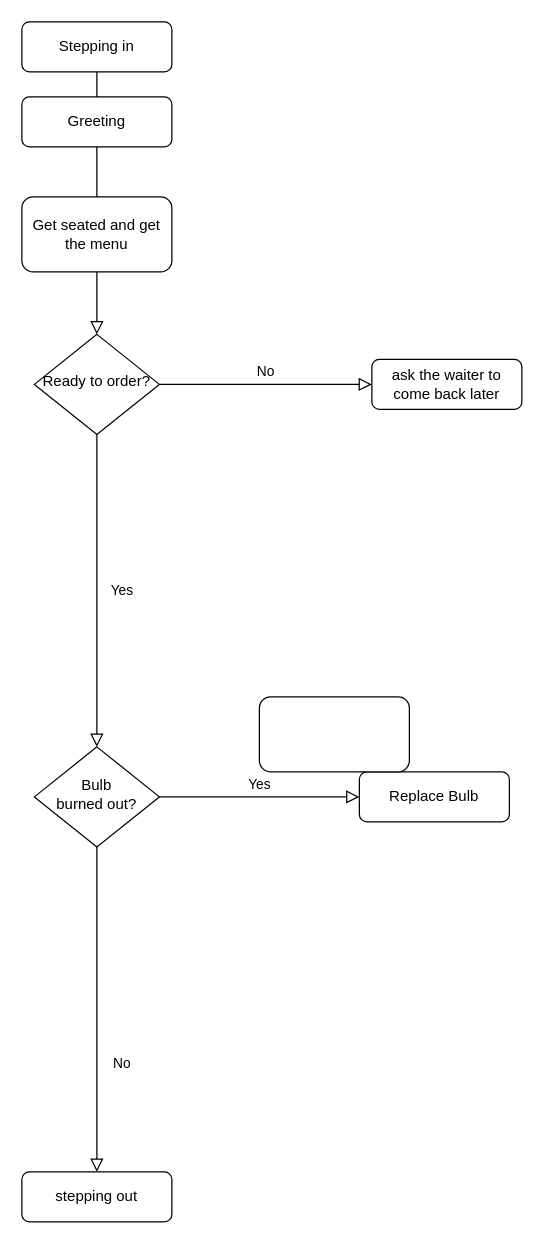
gebeke/onboarding keeps this draw.io diagram as Untitled Diagram.drawio. Above is the earlier version. Source tidied: cells renumbered, new cells numbered last; positions are measured from the earlier drawing's top-left corner, leaving out a move shared by most shapes. Both pictures are drawn from the tidied source at 125%, with x=0, y=0 at pixel (21, 21).
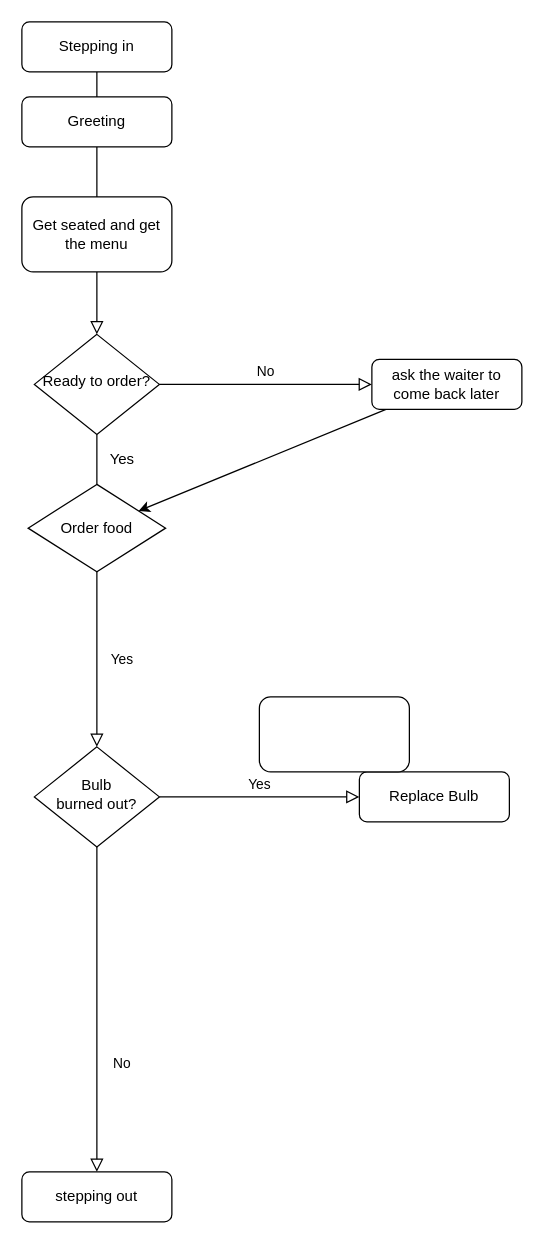
The same page after the edit.

Commit message:
Update of restaurant flow chart.drawio

The change refers to these unchanged cells:
```xml
<mxCell id="6" value="Ready to order?" style="rhombus;whiteSpace=wrap;html=1;shadow=0;fontFamily=Helvetica;fontSize=12;align=center;strokeWidth=1;spacing=6;spacingTop=-4;" parent="1" vertex="1">
  <mxGeometry x="10" y="250" width="100" height="80" as="geometry" />
</mxCell>
<mxCell id="7" value="ask the waiter to come back later" style="rounded=1;whiteSpace=wrap;html=1;fontSize=12;glass=0;strokeWidth=1;shadow=0;" parent="1" vertex="1">
  <mxGeometry x="280" y="270" width="120" height="40" as="geometry" />
</mxCell>
<mxCell id="10" value="Bulb&lt;br&gt;burned out?" style="rhombus;whiteSpace=wrap;html=1;shadow=0;fontFamily=Helvetica;fontSize=12;align=center;strokeWidth=1;spacing=6;spacingTop=-4;" parent="1" vertex="1">
  <mxGeometry x="10" y="580" width="100" height="80" as="geometry" />
</mxCell>
```

The edit, as a diff of the source:
```diff
@@
-    <mxCell id="4" value="Yes" style="rounded=0;html=1;jettySize=auto;fontSize=11;endArrow=block;endFill=0;endSize=8;strokeWidth=1;shadow=0;labelBackgroundColor=none;edgeStyle=orthogonalEdgeStyle;" parent="1" edge="1" source="6" target="10">
+    <mxCell id="4" value="Yes" style="rounded=0;html=1;jettySize=auto;fontSize=11;endArrow=block;endFill=0;endSize=8;strokeWidth=1;shadow=0;labelBackgroundColor=none;edgeStyle=orthogonalEdgeStyle;startArrow=none;" parent="1" edge="1" source="18" target="10">
       <mxGeometry y="20" relative="1" as="geometry">
         <Array as="points">
           <mxPoint x="60" y="400" />
           <mxPoint x="60" y="400" />
         </Array>
       </mxGeometry>
     </mxCell>
@@
+    <mxCell id="17" style="edgeStyle=none;rounded=0;jettySize=auto;html=1;" parent="1" edge="1" source="7" target="18">
+      <mxGeometry relative="1" as="geometry" />
+    </mxCell>
@@
+    <mxCell id="18" value="Order food" style="rhombus;whiteSpace=wrap;html=1;" parent="1" vertex="1">
+      <mxGeometry x="5" y="370" width="110" height="70" as="geometry" />
+    </mxCell>
+    <mxCell id="19" style="rounded=0;html=1;jettySize=auto;fontSize=11;endArrow=none;endFill=0;endSize=8;strokeWidth=1;shadow=0;labelBackgroundColor=none;edgeStyle=orthogonalEdgeStyle;" parent="1" edge="1" source="6" target="18">
+      <mxGeometry y="20" relative="1" as="geometry" />
+    </mxCell>
+    <mxCell id="20" value="Yes" style="text;html=1;align=center;verticalAlign=middle;fillColor=none;strokeColor=none;rounded=0;" parent="1" vertex="1">
+      <mxGeometry x="60" y="335" width="40" height="30" as="geometry" />
+    </mxCell>
```
